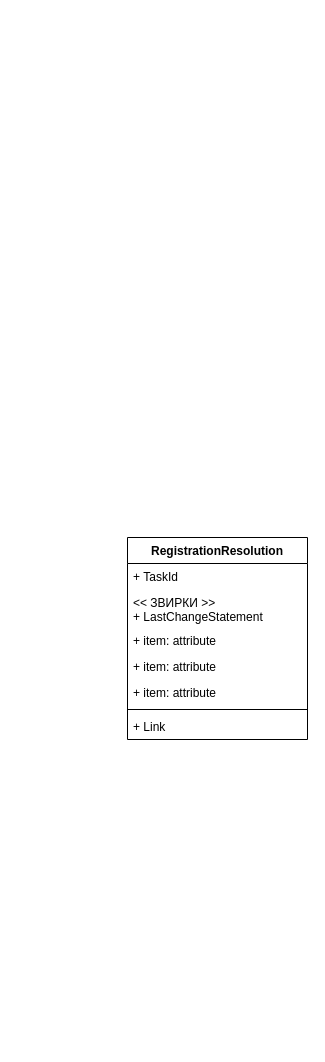
The draw.io diagram Domain/Resolutions/RegistrationResolution.DO.drawio in davyd0ff/so-line-grls, before the edit. Source tidied: cells renumbered, new cells numbered last; positions are measured from the earlier drawing's top-left corner, leaving out a move shared by most shapes. Both pictures are drawn from the tidied source at 100%, with x=0, y=0 at pixel (127, 537).
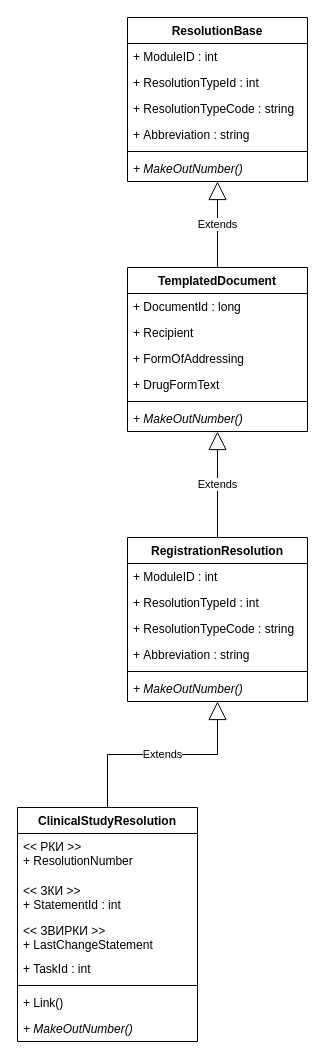
The same diagram, later.

What changed in the source:
```diff
@@
     <mxCell id="2" value="RegistrationResolution" style="swimlane;fontStyle=1;align=center;verticalAlign=top;horizontal=1;startSize=26;" parent="1" vertex="1">
-      <mxGeometry width="180" height="202" as="geometry" />
+      <mxGeometry width="180" height="164" as="geometry" />
     </mxCell>
-    <mxCell id="3" value="+ TaskId" style="text;strokeColor=none;fillColor=none;align=left;verticalAlign=top;spacingLeft=4;spacingRight=4;overflow=hidden;" parent="2" vertex="1">
+    <mxCell id="3" value="+ ModuleID : int" style="text;strokeColor=none;fillColor=none;align=left;verticalAlign=top;spacingLeft=4;spacingRight=4;overflow=hidden;" parent="2" vertex="1">
       <mxGeometry y="26" width="180" height="26" as="geometry" />
     </mxCell>
-    <mxCell id="4" value="&lt;&lt; ЗВИРКИ &gt;&gt;&#10;+ LastChangeStatement" style="text;strokeColor=none;fillColor=none;align=left;verticalAlign=top;spacingLeft=4;spacingRight=4;overflow=hidden;" parent="2" vertex="1">
-      <mxGeometry y="52" width="180" height="38" as="geometry" />
-    </mxCell>
-    <mxCell id="5" value="+ item: attribute" style="text;strokeColor=none;fillColor=none;align=left;verticalAlign=top;spacingLeft=4;spacingRight=4;overflow=hidden;" parent="2" vertex="1">
-      <mxGeometry y="90" width="180" height="26" as="geometry" />
-    </mxCell>
-    <mxCell id="6" value="+ item: attribute" style="text;strokeColor=none;fillColor=none;align=left;verticalAlign=top;spacingLeft=4;spacingRight=4;overflow=hidden;" parent="2" vertex="1">
-      <mxGeometry y="116" width="180" height="26" as="geometry" />
+    <mxCell id="6" value="+ ResolutionTypeId : int" style="text;strokeColor=none;fillColor=none;align=left;verticalAlign=top;spacingLeft=4;spacingRight=4;overflow=hidden;" parent="2" vertex="1">
+      <mxGeometry y="52" width="180" height="26" as="geometry" />
     </mxCell>
-    <mxCell id="7" value="+ item: attribute" style="text;strokeColor=none;fillColor=none;align=left;verticalAlign=top;spacingLeft=4;spacingRight=4;overflow=hidden;" parent="2" vertex="1">
-      <mxGeometry y="142" width="180" height="26" as="geometry" />
+    <mxCell id="7" value="+ ResolutionTypeCode : string" style="text;strokeColor=none;fillColor=none;align=left;verticalAlign=top;spacingLeft=4;spacingRight=4;overflow=hidden;" parent="2" vertex="1">
+      <mxGeometry y="78" width="180" height="26" as="geometry" />
     </mxCell>
+    <mxCell id="10" value="+ Abbreviation : string" style="text;strokeColor=none;fillColor=none;align=left;verticalAlign=top;spacingLeft=4;spacingRight=4;overflow=hidden;" parent="2" vertex="1">
+      <mxGeometry y="104" width="180" height="26" as="geometry" />
+    </mxCell>
     <mxCell id="8" style="line;strokeWidth=1;fillColor=none;align=left;verticalAlign=middle;spacingTop=-1;spacingLeft=3;spacingRight=3;labelPosition=right;strokeColor=inherit;" parent="2" vertex="1">
-      <mxGeometry y="168" width="180" height="8" as="geometry" />
+      <mxGeometry y="130" width="180" height="8" as="geometry" />
     </mxCell>
-    <mxCell id="9" value="+ Link" style="text;strokeColor=none;fillColor=none;align=left;verticalAlign=top;spacingLeft=4;spacingRight=4;overflow=hidden;" parent="2" vertex="1">
-      <mxGeometry y="176" width="180" height="26" as="geometry" />
+    <mxCell id="9" value="+ MakeOutNumber()" style="text;strokeColor=none;fillColor=none;align=left;verticalAlign=top;spacingLeft=4;spacingRight=4;overflow=hidden;fontStyle=2;" parent="2" vertex="1">
+      <mxGeometry y="138" width="180" height="26" as="geometry" />
     </mxCell>
+    <mxCell id="11" value="ClinicalStudyResolution" style="swimlane;fontStyle=1;align=center;verticalAlign=top;horizontal=1;startSize=26;" parent="1" vertex="1">
+      <mxGeometry x="-110" y="270" width="180" height="234" as="geometry" />
+    </mxCell>
+    <mxCell id="12" value="&lt;&lt; РКИ &gt;&gt;&#10;+ ResolutionNumber" style="text;strokeColor=none;fillColor=none;align=left;verticalAlign=top;spacingLeft=4;spacingRight=4;overflow=hidden;" parent="11" vertex="1">
+      <mxGeometry y="26" width="180" height="44" as="geometry" />
+    </mxCell>
+    <mxCell id="5" value="&lt;&lt; ЗКИ &gt;&gt;&#10;+ StatementId : int" style="text;strokeColor=none;fillColor=none;align=left;verticalAlign=top;spacingLeft=4;spacingRight=4;overflow=hidden;" parent="11" vertex="1">
+      <mxGeometry y="70" width="180" height="40" as="geometry" />
+    </mxCell>
+    <mxCell id="4" value="&lt;&lt; ЗВИРКИ &gt;&gt;&#10;+ LastChangeStatement" style="text;strokeColor=none;fillColor=none;align=left;verticalAlign=top;spacingLeft=4;spacingRight=4;overflow=hidden;" parent="11" vertex="1">
+      <mxGeometry y="110" width="180" height="38" as="geometry" />
+    </mxCell>
+    <mxCell id="13" value="+ TaskId : int" style="text;strokeColor=none;fillColor=none;align=left;verticalAlign=top;spacingLeft=4;spacingRight=4;overflow=hidden;" parent="11" vertex="1">
+      <mxGeometry y="148" width="180" height="26" as="geometry" />
+    </mxCell>
+    <mxCell id="14" style="line;strokeWidth=1;fillColor=none;align=left;verticalAlign=middle;spacingTop=-1;spacingLeft=3;spacingRight=3;labelPosition=right;strokeColor=inherit;" parent="11" vertex="1">
+      <mxGeometry y="174" width="180" height="8" as="geometry" />
+    </mxCell>
+    <mxCell id="15" value="+ Link()" style="text;strokeColor=none;fillColor=none;align=left;verticalAlign=top;spacingLeft=4;spacingRight=4;overflow=hidden;" parent="11" vertex="1">
+      <mxGeometry y="182" width="180" height="26" as="geometry" />
+    </mxCell>
+    <mxCell id="16" value="+ MakeOutNumber()" style="text;strokeColor=none;fillColor=none;align=left;verticalAlign=top;spacingLeft=4;spacingRight=4;overflow=hidden;fontStyle=2;" parent="11" vertex="1">
+      <mxGeometry y="208" width="180" height="26" as="geometry" />
+    </mxCell>
+    <mxCell id="17" value="Extends" style="endArrow=block;endSize=16;endFill=0;html=1;rounded=0;fontSize=11;edgeStyle=orthogonalEdgeStyle;" parent="1" edge="1" source="11" target="2">
+      <mxGeometry relative="1" as="geometry" />
+    </mxCell>
+    <mxCell id="18" value="TemplatedDocument" style="swimlane;fontStyle=1;align=center;verticalAlign=top;horizontal=1;startSize=26;" parent="1" vertex="1">
+      <mxGeometry y="-270" width="180" height="164" as="geometry" />
+    </mxCell>
+    <mxCell id="19" value="+ DocumentId : long" style="text;strokeColor=none;fillColor=none;align=left;verticalAlign=top;spacingLeft=4;spacingRight=4;overflow=hidden;" parent="18" vertex="1">
+      <mxGeometry y="26" width="180" height="26" as="geometry" />
+    </mxCell>
+    <mxCell id="20" value="+ Recipient" style="text;strokeColor=none;fillColor=none;align=left;verticalAlign=top;spacingLeft=4;spacingRight=4;overflow=hidden;" parent="18" vertex="1">
+      <mxGeometry y="52" width="180" height="26" as="geometry" />
+    </mxCell>
+    <mxCell id="21" value="+ FormOfAddressing" style="text;strokeColor=none;fillColor=none;align=left;verticalAlign=top;spacingLeft=4;spacingRight=4;overflow=hidden;" parent="18" vertex="1">
+      <mxGeometry y="78" width="180" height="26" as="geometry" />
+    </mxCell>
+    <mxCell id="22" value="+ DrugFormText" style="text;strokeColor=none;fillColor=none;align=left;verticalAlign=top;spacingLeft=4;spacingRight=4;overflow=hidden;" parent="18" vertex="1">
+      <mxGeometry y="104" width="180" height="26" as="geometry" />
+    </mxCell>
+    <mxCell id="23" style="line;strokeWidth=1;fillColor=none;align=left;verticalAlign=middle;spacingTop=-1;spacingLeft=3;spacingRight=3;labelPosition=right;strokeColor=inherit;" parent="18" vertex="1">
+      <mxGeometry y="130" width="180" height="8" as="geometry" />
+    </mxCell>
+    <mxCell id="24" value="+ MakeOutNumber()" style="text;strokeColor=none;fillColor=none;align=left;verticalAlign=top;spacingLeft=4;spacingRight=4;overflow=hidden;fontStyle=2;" parent="18" vertex="1">
+      <mxGeometry y="138" width="180" height="26" as="geometry" />
+    </mxCell>
+    <mxCell id="25" value="Extends" style="endArrow=block;endSize=16;endFill=0;html=1;rounded=0;fontSize=11;edgeStyle=orthogonalEdgeStyle;" parent="1" edge="1" source="2" target="18">
+      <mxGeometry relative="1" as="geometry" />
+    </mxCell>
+    <mxCell id="26" value="ResolutionBase" style="swimlane;fontStyle=1;align=center;verticalAlign=top;horizontal=1;startSize=26;" parent="1" vertex="1">
+      <mxGeometry y="-520" width="180" height="164" as="geometry" />
+    </mxCell>
+    <mxCell id="27" value="+ ModuleID : int" style="text;strokeColor=none;fillColor=none;align=left;verticalAlign=top;spacingLeft=4;spacingRight=4;overflow=hidden;" parent="26" vertex="1">
+      <mxGeometry y="26" width="180" height="26" as="geometry" />
+    </mxCell>
+    <mxCell id="28" value="+ ResolutionTypeId : int" style="text;strokeColor=none;fillColor=none;align=left;verticalAlign=top;spacingLeft=4;spacingRight=4;overflow=hidden;" parent="26" vertex="1">
+      <mxGeometry y="52" width="180" height="26" as="geometry" />
+    </mxCell>
+    <mxCell id="29" value="+ ResolutionTypeCode : string" style="text;strokeColor=none;fillColor=none;align=left;verticalAlign=top;spacingLeft=4;spacingRight=4;overflow=hidden;" parent="26" vertex="1">
+      <mxGeometry y="78" width="180" height="26" as="geometry" />
+    </mxCell>
+    <mxCell id="30" value="+ Abbreviation : string" style="text;strokeColor=none;fillColor=none;align=left;verticalAlign=top;spacingLeft=4;spacingRight=4;overflow=hidden;" parent="26" vertex="1">
+      <mxGeometry y="104" width="180" height="26" as="geometry" />
+    </mxCell>
+    <mxCell id="31" style="line;strokeWidth=1;fillColor=none;align=left;verticalAlign=middle;spacingTop=-1;spacingLeft=3;spacingRight=3;labelPosition=right;strokeColor=inherit;" parent="26" vertex="1">
+      <mxGeometry y="130" width="180" height="8" as="geometry" />
+    </mxCell>
+    <mxCell id="32" value="+ MakeOutNumber()" style="text;strokeColor=none;fillColor=none;align=left;verticalAlign=top;spacingLeft=4;spacingRight=4;overflow=hidden;fontStyle=2;" parent="26" vertex="1">
+      <mxGeometry y="138" width="180" height="26" as="geometry" />
+    </mxCell>
+    <mxCell id="33" value="Extends" style="endArrow=block;endSize=16;endFill=0;html=1;rounded=0;fontSize=11;edgeStyle=orthogonalEdgeStyle;" parent="1" edge="1" source="18" target="26">
+      <mxGeometry relative="1" as="geometry" />
+    </mxCell>
```
